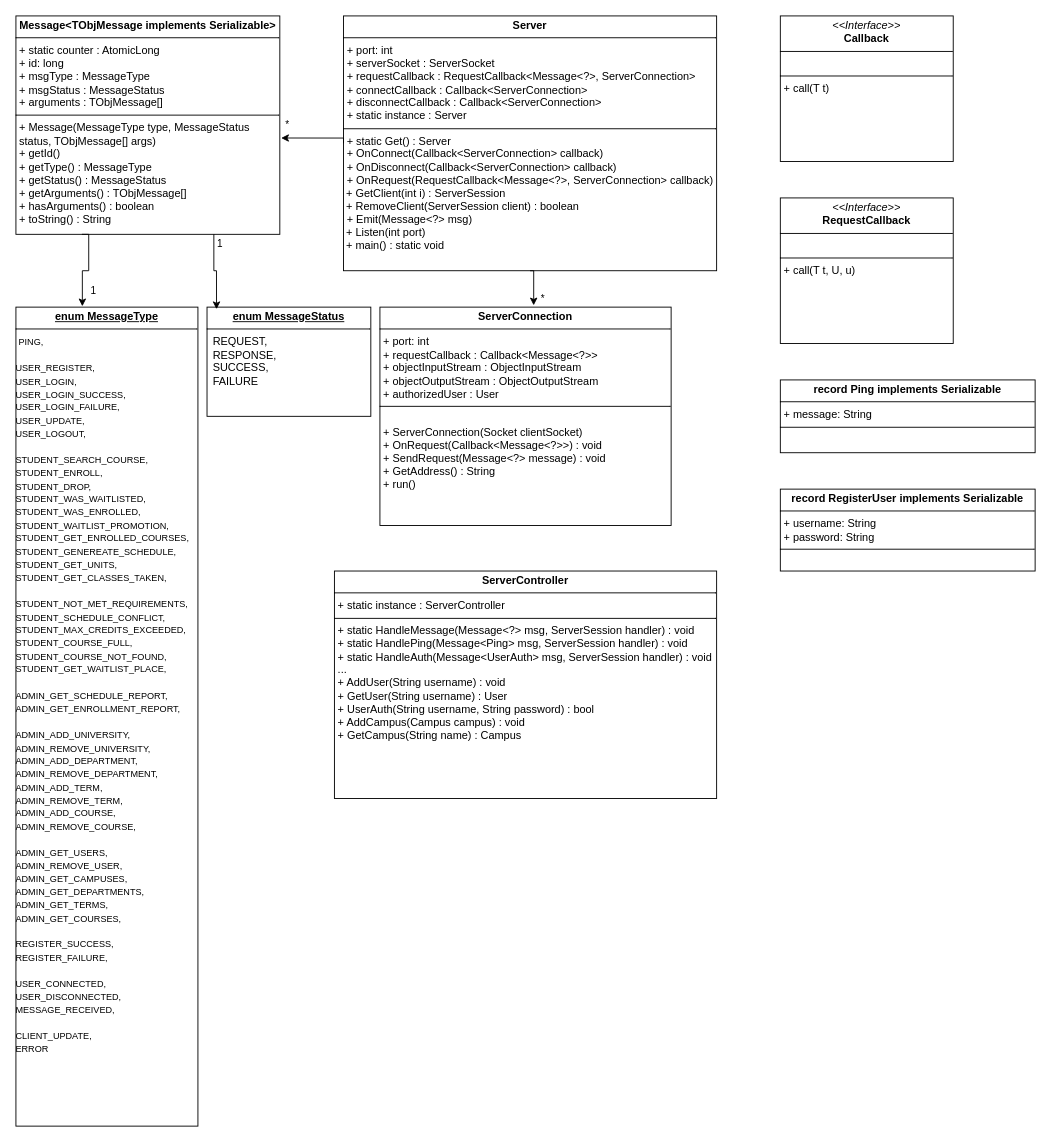
stephkno/CourseTrack keeps this draw.io diagram as documentation/ServerSocketUML.drawio. Above is the earlier version. Source tidied: cells renumbered, new cells numbered last; positions are measured from the earlier drawing's top-left corner, leaving out a move shared by most shapes. Both pictures are drawn from the tidied source at 91%, with x=0, y=0 at pixel (15, 15).
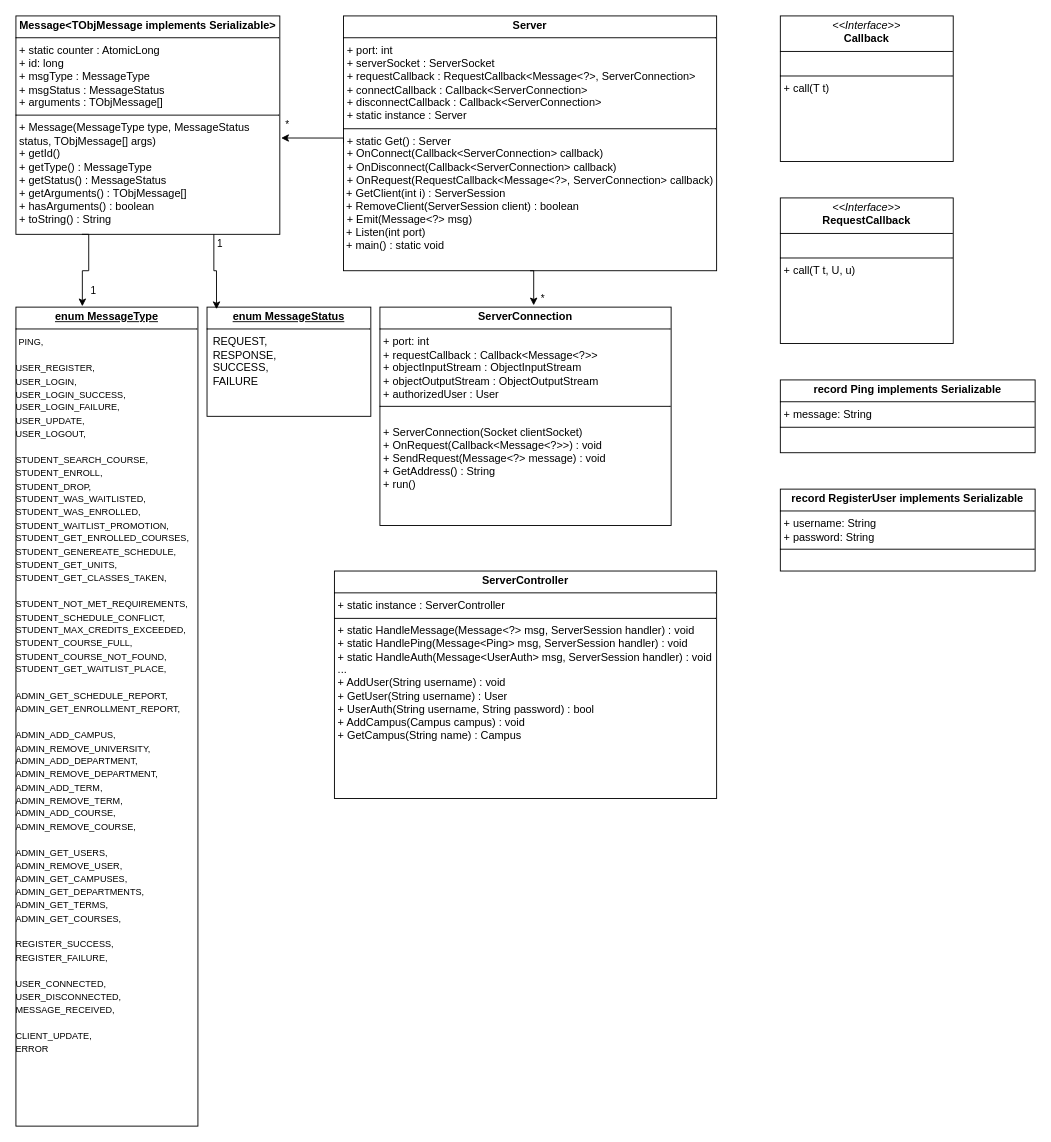
The same diagram, later.

Change to the diagram source:
```diff
@@
-    <mxCell id="2" value="&lt;p style=&quot;margin: 4px 0px 0px; text-align: center; text-decoration: underline;&quot;&gt;&lt;b&gt;enum MessageType&lt;/b&gt;&lt;/p&gt;&lt;hr size=&quot;1&quot; style=&quot;border-style:solid;&quot;&gt;&lt;div&gt;&amp;nbsp;&lt;font style=&quot;font-size: 10px;&quot;&gt;PING,&lt;br&gt;&lt;br&gt;USER_REGISTER,&lt;br&gt;USER_LOGIN,&lt;br&gt;USER_LOGIN_SUCCESS,&lt;br&gt;USER_LOGIN_FAILURE,&lt;br&gt;USER_UPDATE,&lt;br&gt;USER_LOGOUT,&lt;br&gt;&lt;br&gt;STUDENT_SEARCH_COURSE,&lt;br&gt;STUDENT_ENROLL,&lt;br&gt;STUDENT_DROP,&lt;br&gt;STUDENT_WAS_WAITLISTED,&lt;br&gt;STUDENT_WAS_ENROLLED,&lt;br&gt;STUDENT_WAITLIST_PROMOTION,&lt;br&gt;STUDENT_GET_ENROLLED_COURSES,&lt;br&gt;STUDENT_GENEREATE_SCHEDULE,&lt;br&gt;STUDENT_GET_UNITS,&lt;br&gt;STUDENT_GET_CLASSES_TAKEN,&lt;br&gt;&lt;br&gt;STUDENT_NOT_MET_REQUIREMENTS,&lt;br&gt;STUDENT_SCHEDULE_CONFLICT,&lt;br&gt;STUDENT_MAX_CREDITS_EXCEEDED,&lt;br&gt;STUDENT_COURSE_FULL,&lt;br&gt;STUDENT_COURSE_NOT_FOUND,&lt;br&gt;STUDENT_GET_WAITLIST_PLACE,&lt;br&gt;&lt;br&gt;ADMIN_GET_SCHEDULE_REPORT,&lt;br&gt;ADMIN_GET_ENROLLMENT_REPORT,&lt;br&gt;&lt;br&gt;ADMIN_ADD_UNIVERSITY,&amp;nbsp; &amp;nbsp;&lt;br&gt;ADMIN_REMOVE_UNIVERSITY,&lt;br&gt;ADMIN_ADD_DEPARTMENT,&lt;br&gt;ADMIN_REMOVE_DEPARTMENT,&lt;br&gt;ADMIN_ADD_TERM,&lt;br&gt;ADMIN_REMOVE_TERM,&lt;br&gt;ADMIN_ADD_COURSE,&lt;br&gt;ADMIN_REMOVE_COURSE,&amp;nbsp;&lt;br&gt;&lt;br&gt;ADMIN_GET_USERS,&lt;br&gt;ADMIN_REMOVE_USER,&lt;br&gt;ADMIN_GET_CAMPUSES,&lt;br&gt;ADMIN_GET_DEPARTMENTS,&lt;br&gt;ADMIN_GET_TERMS,&lt;br&gt;ADMIN_GET_COURSES,&lt;br&gt;&lt;br&gt;REGISTER_SUCCESS,&lt;br&gt;REGISTER_FAILURE,&lt;br&gt;&lt;br&gt;USER_CONNECTED,&lt;br&gt;USER_DISCONNECTED,&lt;br&gt;MESSAGE_RECEIVED,&lt;br&gt;&lt;br&gt;CLIENT_UPDATE,&lt;br&gt;ERROR&lt;/font&gt;&lt;/div&gt;&lt;div&gt;&lt;br&gt;&lt;/div&gt;" style="verticalAlign=top;align=left;overflow=fill;html=1;whiteSpace=wrap;" parent="1" vertex="1">
+    <mxCell id="2" value="&lt;p style=&quot;margin: 4px 0px 0px; text-align: center; text-decoration: underline;&quot;&gt;&lt;b&gt;enum MessageType&lt;/b&gt;&lt;/p&gt;&lt;hr size=&quot;1&quot; style=&quot;border-style:solid;&quot;&gt;&lt;div&gt;&amp;nbsp;&lt;font style=&quot;font-size: 10px;&quot;&gt;PING,&lt;br&gt;&lt;br&gt;USER_REGISTER,&lt;br&gt;USER_LOGIN,&lt;br&gt;USER_LOGIN_SUCCESS,&lt;br&gt;USER_LOGIN_FAILURE,&lt;br&gt;USER_UPDATE,&lt;br&gt;USER_LOGOUT,&lt;br&gt;&lt;br&gt;STUDENT_SEARCH_COURSE,&lt;br&gt;STUDENT_ENROLL,&lt;br&gt;STUDENT_DROP,&lt;br&gt;STUDENT_WAS_WAITLISTED,&lt;br&gt;STUDENT_WAS_ENROLLED,&lt;br&gt;STUDENT_WAITLIST_PROMOTION,&lt;br&gt;STUDENT_GET_ENROLLED_COURSES,&lt;br&gt;STUDENT_GENEREATE_SCHEDULE,&lt;br&gt;STUDENT_GET_UNITS,&lt;br&gt;STUDENT_GET_CLASSES_TAKEN,&lt;br&gt;&lt;br&gt;STUDENT_NOT_MET_REQUIREMENTS,&lt;br&gt;STUDENT_SCHEDULE_CONFLICT,&lt;br&gt;STUDENT_MAX_CREDITS_EXCEEDED,&lt;br&gt;STUDENT_COURSE_FULL,&lt;br&gt;STUDENT_COURSE_NOT_FOUND,&lt;br&gt;STUDENT_GET_WAITLIST_PLACE,&lt;br&gt;&lt;br&gt;ADMIN_GET_SCHEDULE_REPORT,&lt;br&gt;ADMIN_GET_ENROLLMENT_REPORT,&lt;br&gt;&lt;br&gt;ADMIN_ADD_CAMPUS,&amp;nbsp; &amp;nbsp;&lt;br&gt;ADMIN_REMOVE_UNIVERSITY,&lt;br&gt;ADMIN_ADD_DEPARTMENT,&lt;br&gt;ADMIN_REMOVE_DEPARTMENT,&lt;br&gt;ADMIN_ADD_TERM,&lt;br&gt;ADMIN_REMOVE_TERM,&lt;br&gt;ADMIN_ADD_COURSE,&lt;br&gt;ADMIN_REMOVE_COURSE,&amp;nbsp;&lt;br&gt;&lt;br&gt;ADMIN_GET_USERS,&lt;br&gt;ADMIN_REMOVE_USER,&lt;br&gt;ADMIN_GET_CAMPUSES,&lt;br&gt;ADMIN_GET_DEPARTMENTS,&lt;br&gt;ADMIN_GET_TERMS,&lt;br&gt;ADMIN_GET_COURSES,&lt;br&gt;&lt;br&gt;REGISTER_SUCCESS,&lt;br&gt;REGISTER_FAILURE,&lt;br&gt;&lt;br&gt;USER_CONNECTED,&lt;br&gt;USER_DISCONNECTED,&lt;br&gt;MESSAGE_RECEIVED,&lt;br&gt;&lt;br&gt;CLIENT_UPDATE,&lt;br&gt;ERROR&lt;/font&gt;&lt;/div&gt;&lt;div&gt;&lt;br&gt;&lt;/div&gt;" style="verticalAlign=top;align=left;overflow=fill;html=1;whiteSpace=wrap;" parent="1" vertex="1">
       <mxGeometry y="320" width="200" height="900" as="geometry" />
     </mxCell>
```
